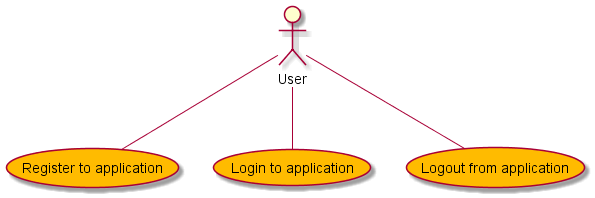
This is out/diagrams/food/use-cases copy 2/use-cases copy 2.png from DCTRN/foodTrainerBE, a PlantUML export, as it was before one commit.
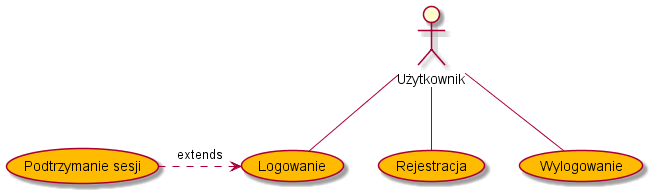
After the change.

What changed in the source:
```diff
@@ -1,26 +1,16 @@
 @startuml
-actor User as U
+
+actor Użytkownik as U
 
 
-"Register to application" as (Registration) #ffbb00
-"Login to application" as (Login) #ffbb00
-"Logout from application" as (Logout) #ffbb00
-
-
-
+"Rejestracja" as (Registration) #ffbb00
+"Logowanie" as (Login) #ffbb00
+"Wylogowanie" as (Logout) #ffbb00
+"Podtrzymanie sesji" as (Session) #ffbb00
 
 U -- Registration
 U -- Login
+ Session .> Login: extends
 U -- Logout
 
-
-
-
-
-
-
-
-
-
-
 @enduml
```
